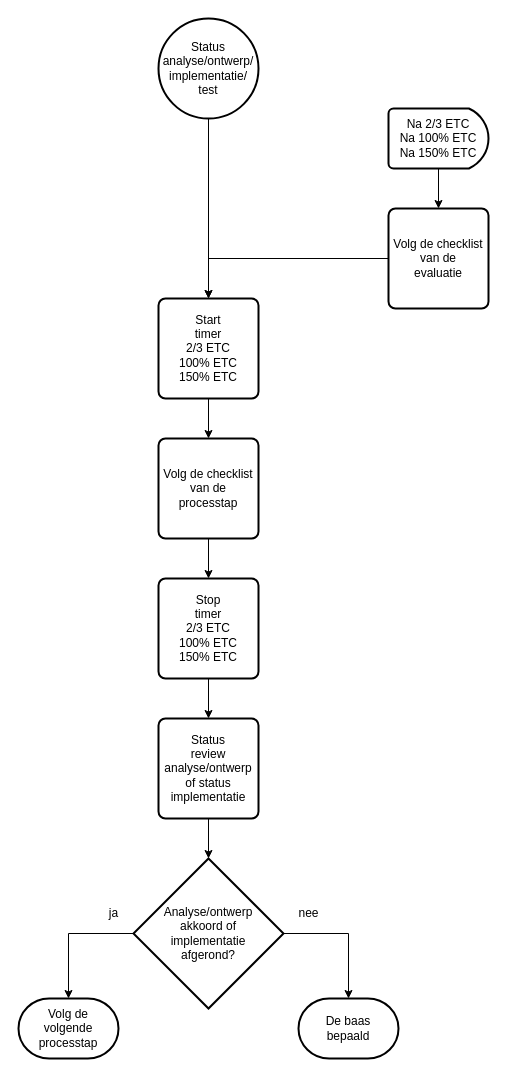
The draw.io diagram 2 Issue Tracker tijdtriggers.drawio in Zaibatsu89/IssueTracker, before the edit. Source tidied: cells renumbered, new cells numbered last; positions are measured from the earlier drawing's top-left corner, leaving out a move shared by most shapes. Both pictures are drawn from the tidied source at 100%, with x=0, y=0 at pixel (18, 18).
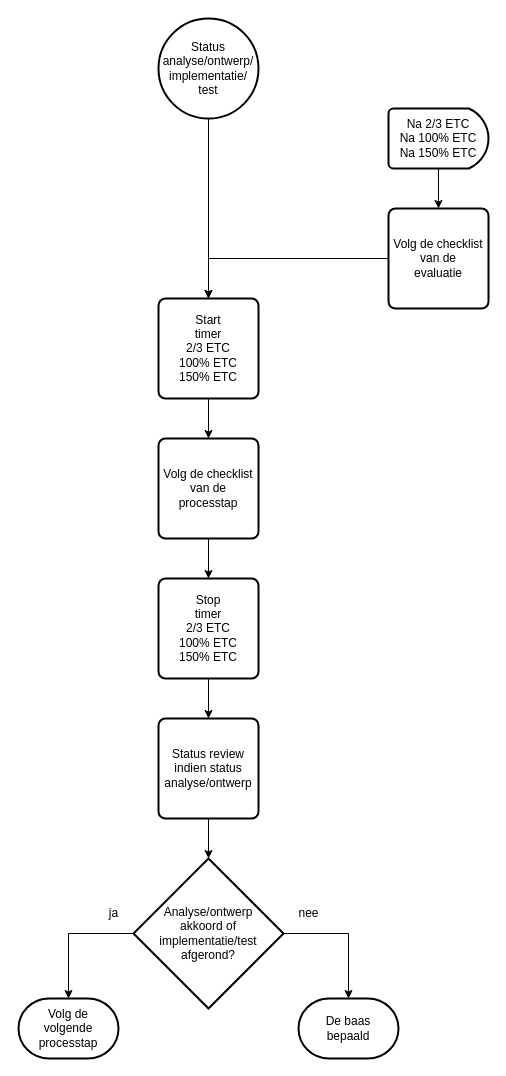
After the change.

Commit message:
status review indien status analyse/ontwerp in tijdtriggers flowchart

Diff of the diagram source:
```diff
@@
-    <mxCell id="8" value="Analyse/ontwerp&lt;br&gt;akkoord of&lt;br&gt;implementatie&lt;br&gt;afgerond?" style="strokeWidth=2;html=1;shape=mxgraph.flowchart.decision;whiteSpace=wrap;" parent="1" vertex="1">
+    <mxCell id="8" value="Analyse/ontwerp&lt;br&gt;akkoord of&lt;br&gt;implementatie/test&lt;br&gt;afgerond?" style="strokeWidth=2;html=1;shape=mxgraph.flowchart.decision;whiteSpace=wrap;" parent="1" vertex="1">
       <mxGeometry x="115" y="840" width="150" height="150" as="geometry" />
     </mxCell>
@@
-    <mxCell id="22" value="Status&lt;br&gt;review&lt;br&gt;analyse/ontwerp&lt;br&gt;of status&lt;br&gt;implementatie" style="rounded=1;whiteSpace=wrap;html=1;absoluteArcSize=1;arcSize=14;strokeWidth=2;" parent="1" vertex="1">
+    <mxCell id="22" value="Status review&lt;br&gt;indien status&lt;br&gt;analyse/ontwerp" style="rounded=1;whiteSpace=wrap;html=1;absoluteArcSize=1;arcSize=14;strokeWidth=2;" parent="1" vertex="1">
       <mxGeometry x="140" y="700" width="100" height="100" as="geometry" />
     </mxCell>
```
